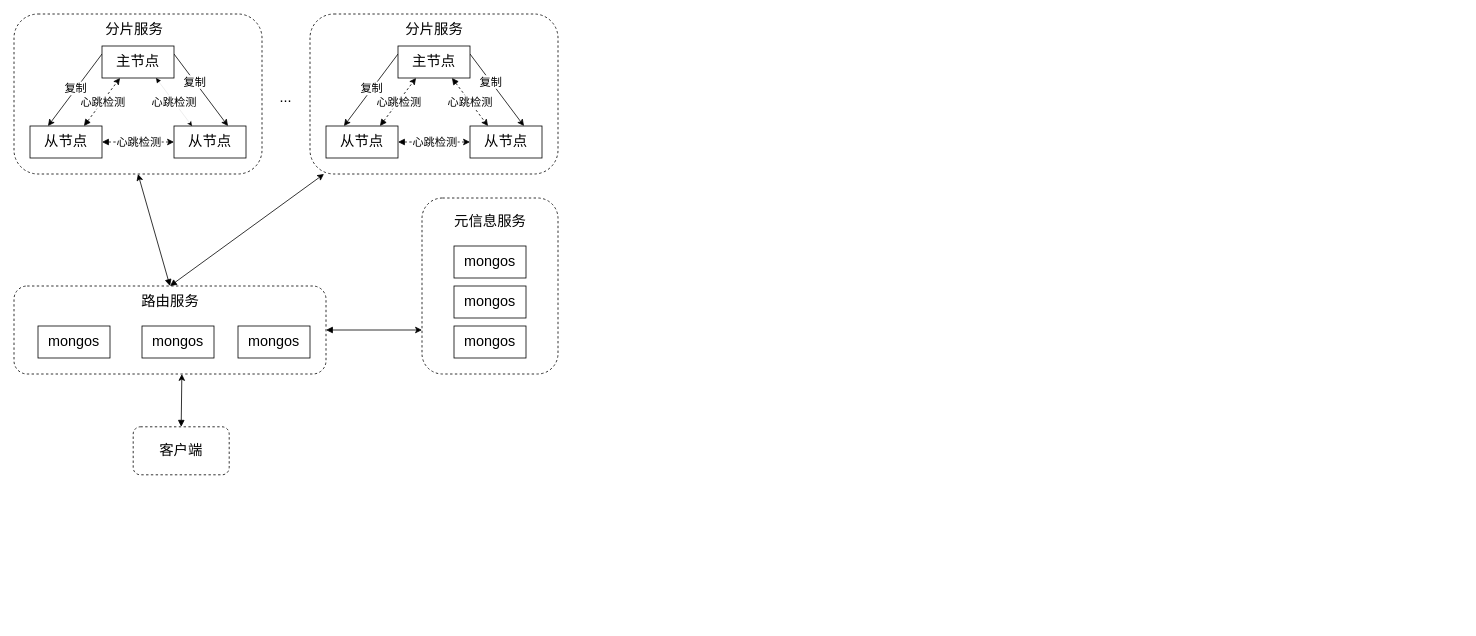
Above: page "mongodb" (2 of 2) of structure.drawio in WWj5921/ConfigCenter (draw.io), before the change. Source tidied: cells renumbered, new cells numbered last; positions are measured from the earlier drawing's top-left corner, leaving out a move shared by most shapes. Both pictures are drawn from the tidied source at 80%, with x=0, y=0 at pixel (14, 14).
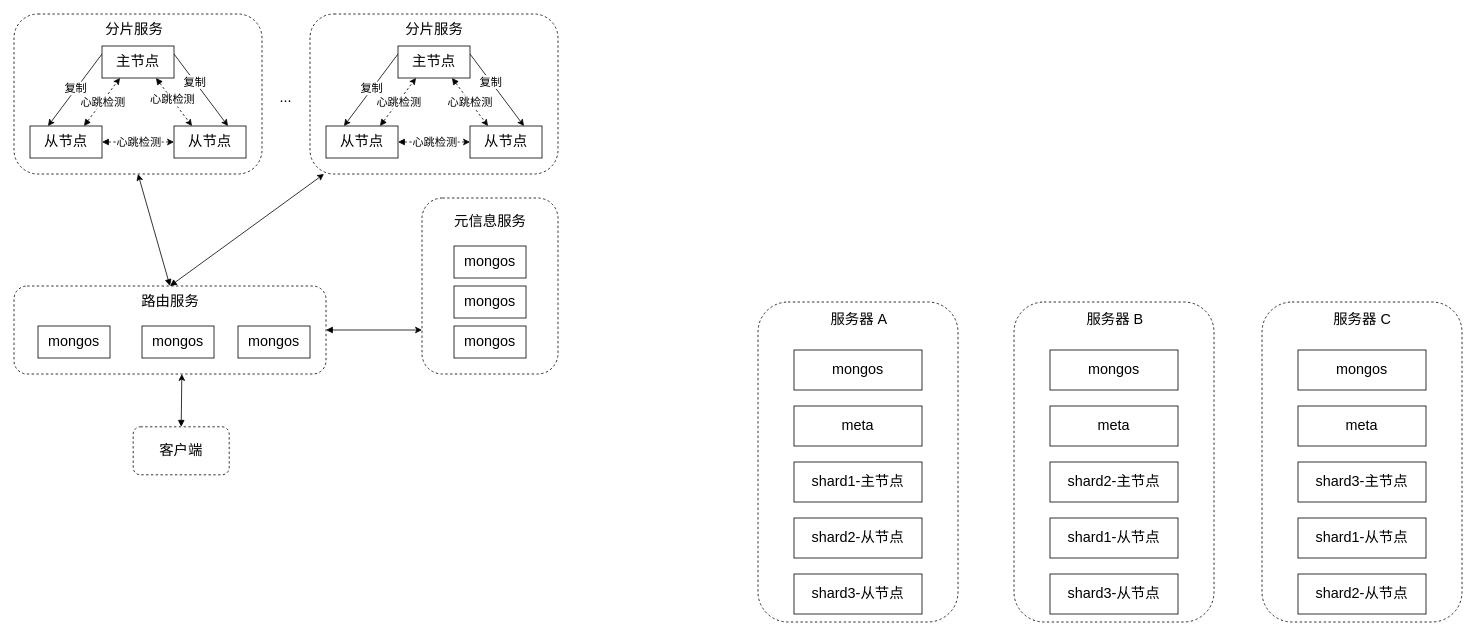
The same page after the edit.

Unchanged cells that the change refers to:
```xml
<mxCell id="8" value="主节点" style="rounded=0;whiteSpace=wrap;html=1;fontSize=18;" parent="1" vertex="1">
  <mxGeometry x="110" y="40" width="90" height="40" as="geometry" />
</mxCell>
<mxCell id="14" value="从节点" style="rounded=0;whiteSpace=wrap;html=1;fontSize=18;" parent="1" vertex="1">
  <mxGeometry x="200" y="140" width="90" height="40" as="geometry" />
</mxCell>
```

Diff of the diagram source:
```diff
@@
+    <mxCell id="46" style="edgeStyle=none;rounded=0;jettySize=auto;html=1;exitX=0.75;exitY=1;exitDx=0;exitDy=0;entryX=0.25;entryY=0;entryDx=0;entryDy=0;dashed=1;fontSize=14;startArrow=block;startFill=1;strokeWidth=1;" parent="1" edge="1" source="8" target="14">
+      <mxGeometry relative="1" as="geometry" />
+    </mxCell>
-    <mxCell id="7" value="心跳检测" style="edgeStyle=none;rounded=0;jettySize=auto;html=1;exitX=0.75;exitY=1;exitDx=0;exitDy=0;entryX=0.25;entryY=0;entryDx=0;entryDy=0;dashed=1;startArrow=block;startFill=1;fontSize=14;strokeWidth=0;" parent="1" edge="1" source="8" target="14">
-      <mxGeometry relative="1" as="geometry" />
+    <mxCell id="7" value="心跳检测" style="edgeLabel;html=1;align=center;verticalAlign=middle;fontSize=14;" parent="46" vertex="1">
+      <mxGeometry x="-0.13" relative="1" as="geometry" />
     </mxCell>
@@
+    <mxCell id="47" style="rounded=1;whiteSpace=wrap;html=1;dashed=1;fontSize=18;" parent="1" vertex="1">
+      <mxGeometry x="930" y="360" width="250" height="400" as="geometry" />
+    </mxCell>
+    <mxCell id="48" value="mongos" style="rounded=0;whiteSpace=wrap;html=1;fontSize=18;" parent="1" vertex="1">
+      <mxGeometry x="975" y="420" width="160" height="50" as="geometry" />
+    </mxCell>
+    <mxCell id="49" value="meta" style="rounded=0;whiteSpace=wrap;html=1;fontSize=18;" parent="1" vertex="1">
+      <mxGeometry x="975" y="490" width="160" height="50" as="geometry" />
+    </mxCell>
+    <mxCell id="50" value="shard1-主节点" style="rounded=0;whiteSpace=wrap;html=1;fontSize=18;" parent="1" vertex="1">
+      <mxGeometry x="975" y="560" width="160" height="50" as="geometry" />
+    </mxCell>
+    <mxCell id="51" value="shard2-从节点" style="rounded=0;whiteSpace=wrap;html=1;fontSize=18;" parent="1" vertex="1">
+      <mxGeometry x="975" y="630" width="160" height="50" as="geometry" />
+    </mxCell>
+    <mxCell id="52" value="shard3-从节点" style="rounded=0;whiteSpace=wrap;html=1;fontSize=18;" parent="1" vertex="1">
+      <mxGeometry x="975" y="700" width="160" height="50" as="geometry" />
+    </mxCell>
+    <mxCell id="53" value="服务器 A" style="text;html=1;align=center;verticalAlign=middle;strokeColor=none;fillColor=none;fontSize=18;" parent="1" vertex="1">
+      <mxGeometry x="1015" y="369" width="81" height="26" as="geometry" />
+    </mxCell>
+    <mxCell id="54" style="rounded=1;whiteSpace=wrap;html=1;dashed=1;fontSize=18;" parent="1" vertex="1">
+      <mxGeometry x="1250" y="360" width="250" height="400" as="geometry" />
+    </mxCell>
+    <mxCell id="55" value="mongos" style="rounded=0;whiteSpace=wrap;html=1;fontSize=18;" parent="1" vertex="1">
+      <mxGeometry x="1295" y="420" width="160" height="50" as="geometry" />
+    </mxCell>
+    <mxCell id="56" value="meta" style="rounded=0;whiteSpace=wrap;html=1;fontSize=18;" parent="1" vertex="1">
+      <mxGeometry x="1295" y="490" width="160" height="50" as="geometry" />
+    </mxCell>
+    <mxCell id="57" value="shard2-主节点" style="rounded=0;whiteSpace=wrap;html=1;fontSize=18;" parent="1" vertex="1">
+      <mxGeometry x="1295" y="560" width="160" height="50" as="geometry" />
+    </mxCell>
+    <mxCell id="58" value="shard1-从节点" style="rounded=0;whiteSpace=wrap;html=1;fontSize=18;" parent="1" vertex="1">
+      <mxGeometry x="1295" y="630" width="160" height="50" as="geometry" />
+    </mxCell>
+    <mxCell id="59" value="shard3-从节点" style="rounded=0;whiteSpace=wrap;html=1;fontSize=18;" parent="1" vertex="1">
+      <mxGeometry x="1295" y="700" width="160" height="50" as="geometry" />
+    </mxCell>
+    <mxCell id="60" value="服务器 B" style="text;html=1;align=center;verticalAlign=middle;strokeColor=none;fillColor=none;fontSize=18;" parent="1" vertex="1">
+      <mxGeometry x="1335" y="369" width="81" height="26" as="geometry" />
+    </mxCell>
+    <mxCell id="61" style="rounded=1;whiteSpace=wrap;html=1;dashed=1;fontSize=18;" parent="1" vertex="1">
+      <mxGeometry x="1560" y="360" width="250" height="400" as="geometry" />
+    </mxCell>
+    <mxCell id="62" value="mongos" style="rounded=0;whiteSpace=wrap;html=1;fontSize=18;" parent="1" vertex="1">
+      <mxGeometry x="1605" y="420" width="160" height="50" as="geometry" />
+    </mxCell>
+    <mxCell id="63" value="meta" style="rounded=0;whiteSpace=wrap;html=1;fontSize=18;" parent="1" vertex="1">
+      <mxGeometry x="1605" y="490" width="160" height="50" as="geometry" />
+    </mxCell>
+    <mxCell id="64" value="shard3-主节点" style="rounded=0;whiteSpace=wrap;html=1;fontSize=18;" parent="1" vertex="1">
+      <mxGeometry x="1605" y="560" width="160" height="50" as="geometry" />
+    </mxCell>
+    <mxCell id="65" value="shard1-从节点" style="rounded=0;whiteSpace=wrap;html=1;fontSize=18;" parent="1" vertex="1">
+      <mxGeometry x="1605" y="630" width="160" height="50" as="geometry" />
+    </mxCell>
+    <mxCell id="66" value="shard2-从节点" style="rounded=0;whiteSpace=wrap;html=1;fontSize=18;" parent="1" vertex="1">
+      <mxGeometry x="1605" y="700" width="160" height="50" as="geometry" />
+    </mxCell>
+    <mxCell id="67" value="服务器 C" style="text;html=1;align=center;verticalAlign=middle;strokeColor=none;fillColor=none;fontSize=18;" parent="1" vertex="1">
+      <mxGeometry x="1644" y="369" width="82" height="26" as="geometry" />
+    </mxCell>
```
